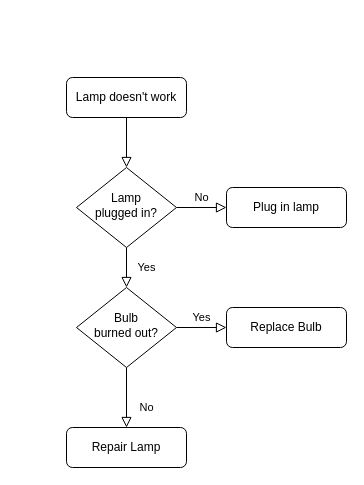
jorisfalter/CV keeps this draw.io diagram as Untitled Diagram.drawio. Above is the earlier version. Source tidied: cells renumbered, new cells numbered last; positions are measured from the earlier drawing's top-left corner, leaving out a move shared by most shapes. Both pictures are drawn from the tidied source at 100%, with x=0, y=0 at pixel (66, 77).
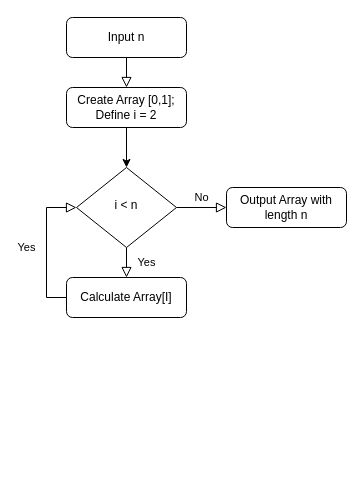
The same page after the edit.

Diff of the diagram source:
```diff
@@
 <mxGraphModel>
   <root>
     <mxCell id="0" />
     <mxCell id="1" parent="0" />
-    <mxCell id="2" style="rounded=0;html=1;jettySize=auto;fontSize=11;endArrow=block;endFill=0;endSize=8;strokeWidth=1;shadow=0;labelBackgroundColor=none;edgeStyle=orthogonalEdgeStyle;" parent="1" edge="1" source="3" target="6">
-      <mxGeometry relative="1" as="geometry" />
+    <mxCell id="2" style="rounded=0;html=1;jettySize=auto;fontSize=11;endArrow=block;endFill=0;endSize=8;strokeWidth=1;shadow=0;labelBackgroundColor=none;edgeStyle=orthogonalEdgeStyle;" parent="1" edge="1" source="3">
+      <mxGeometry relative="1" as="geometry">
+        <mxPoint x="60" y="10" as="targetPoint" />
+      </mxGeometry>
     </mxCell>
-    <mxCell id="3" value="Lamp doesn't work" style="rounded=1;whiteSpace=wrap;html=1;fontSize=12;glass=0;strokeWidth=1;shadow=0;" parent="1" vertex="1">
-      <mxGeometry width="120" height="40" as="geometry" />
+    <mxCell id="3" value="Input n" style="rounded=1;whiteSpace=wrap;html=1;fontSize=12;glass=0;strokeWidth=1;shadow=0;" parent="1" vertex="1">
+      <mxGeometry y="-60" width="120" height="40" as="geometry" />
     </mxCell>
-    <mxCell id="4" value="Yes" style="rounded=0;html=1;jettySize=auto;fontSize=11;endArrow=block;endFill=0;endSize=8;strokeWidth=1;shadow=0;labelBackgroundColor=none;edgeStyle=orthogonalEdgeStyle;" parent="1" edge="1" source="6" target="10">
-      <mxGeometry y="20" relative="1" as="geometry" />
+    <mxCell id="4" value="Yes" style="rounded=0;html=1;jettySize=auto;fontSize=11;endArrow=block;endFill=0;endSize=8;strokeWidth=1;shadow=0;labelBackgroundColor=none;edgeStyle=orthogonalEdgeStyle;" parent="1" edge="1" source="6">
+      <mxGeometry y="20" relative="1" as="geometry">
+        <mxPoint x="60" y="200" as="targetPoint" />
+      </mxGeometry>
     </mxCell>
     <mxCell id="5" value="No" style="edgeStyle=orthogonalEdgeStyle;rounded=0;html=1;jettySize=auto;fontSize=11;endArrow=block;endFill=0;endSize=8;strokeWidth=1;shadow=0;labelBackgroundColor=none;" parent="1" edge="1" source="6" target="7">
       <mxGeometry y="10" relative="1" as="geometry" />
     </mxCell>
-    <mxCell id="6" value="Lamp&lt;br&gt;plugged in?" style="rhombus;whiteSpace=wrap;html=1;shadow=0;fontFamily=Helvetica;fontSize=12;align=center;strokeWidth=1;spacing=6;spacingTop=-4;" parent="1" vertex="1">
+    <mxCell id="6" value="i &amp;lt; n" style="rhombus;whiteSpace=wrap;html=1;shadow=0;fontFamily=Helvetica;fontSize=12;align=center;strokeWidth=1;spacing=6;spacingTop=-4;" parent="1" vertex="1">
       <mxGeometry x="10" y="90" width="100" height="80" as="geometry" />
     </mxCell>
-    <mxCell id="7" value="Plug in lamp" style="rounded=1;whiteSpace=wrap;html=1;fontSize=12;glass=0;strokeWidth=1;shadow=0;" parent="1" vertex="1">
+    <mxCell id="7" value="Output Array with length n" style="rounded=1;whiteSpace=wrap;html=1;fontSize=12;glass=0;strokeWidth=1;shadow=0;" parent="1" vertex="1">
       <mxGeometry x="160" y="110" width="120" height="40" as="geometry" />
     </mxCell>
-    <mxCell id="8" value="No" style="rounded=0;html=1;jettySize=auto;fontSize=11;endArrow=block;endFill=0;endSize=8;strokeWidth=1;shadow=0;labelBackgroundColor=none;edgeStyle=orthogonalEdgeStyle;" parent="1" edge="1" source="10" target="11">
-      <mxGeometry x="0.33" y="20" relative="1" as="geometry" />
-    </mxCell>
+    <mxCell id="13" value="Create Array [0,1];&lt;br&gt;Define i = 2" style="rounded=1;whiteSpace=wrap;html=1;fontSize=12;glass=0;strokeWidth=1;shadow=0;" parent="1" vertex="1">
+      <mxGeometry y="10" width="120" height="40" as="geometry" />
+    </mxCell>
+    <mxCell id="14" style="edgeStyle=orthogonalEdgeStyle;rounded=0;jettySize=auto;html=1;entryX=0.5;entryY=0;entryDx=0;entryDy=0;exitX=0.5;exitY=1;exitDx=0;exitDy=0;" parent="1" edge="1" source="13" target="6">
+      <mxGeometry relative="1" as="geometry" />
+    </mxCell>
+    <mxCell id="15" value="Calculate Array[I]" style="rounded=1;whiteSpace=wrap;html=1;fontSize=12;glass=0;strokeWidth=1;shadow=0;" parent="1" vertex="1">
+      <mxGeometry y="200" width="120" height="40" as="geometry" />
+    </mxCell>
-    <mxCell id="9" value="Yes" style="edgeStyle=orthogonalEdgeStyle;rounded=0;html=1;jettySize=auto;fontSize=11;endArrow=block;endFill=0;endSize=8;strokeWidth=1;shadow=0;labelBackgroundColor=none;" parent="1" edge="1" source="10" target="12">
-      <mxGeometry y="10" relative="1" as="geometry" />
+    <mxCell id="9" value="Yes" style="rounded=0;html=1;jettySize=auto;fontSize=11;endArrow=block;endFill=0;endSize=8;strokeWidth=1;shadow=0;labelBackgroundColor=none;edgeStyle=orthogonalEdgeStyle;exitX=0;exitY=0.5;exitDx=0;exitDy=0;entryX=0;entryY=0.5;entryDx=0;entryDy=0;" parent="1" edge="1" source="15" target="6">
+      <mxGeometry y="20" relative="1" as="geometry" />
     </mxCell>
-    <mxCell id="10" value="Bulb&lt;br&gt;burned out?" style="rhombus;whiteSpace=wrap;html=1;shadow=0;fontFamily=Helvetica;fontSize=12;align=center;strokeWidth=1;spacing=6;spacingTop=-4;" parent="1" vertex="1">
-      <mxGeometry x="10" y="210" width="100" height="80" as="geometry" />
-    </mxCell>
-    <mxCell id="11" value="Repair Lamp" style="rounded=1;whiteSpace=wrap;html=1;fontSize=12;glass=0;strokeWidth=1;shadow=0;" parent="1" vertex="1">
-      <mxGeometry y="350" width="120" height="40" as="geometry" />
-    </mxCell>
-    <mxCell id="12" value="Replace Bulb" style="rounded=1;whiteSpace=wrap;html=1;fontSize=12;glass=0;strokeWidth=1;shadow=0;" parent="1" vertex="1">
-      <mxGeometry x="160" y="230" width="120" height="40" as="geometry" />
-    </mxCell>
   </root>
 </mxGraphModel>
```
